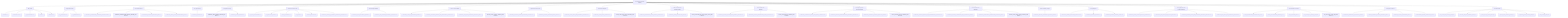
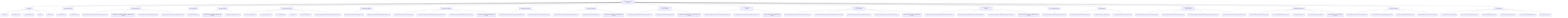
graph TD
    root["ToneSoul Documentation Authority"]
    root --> entrypoints["Entry Points"]
    entrypoints --> entrypoints_1["README.md"]
    entrypoints --> entrypoints_2["README.zh-TW.md"]
    entrypoints --> entrypoints_3["AI_ONBOARDING.md"]
    entrypoints --> entrypoints_4["INDEX.md"]
    entrypoints --> entrypoints_5["README.md"]
    root --> ai_operational_guides["AI Operational Guides"]
    ai_operational_guides --> ai_operational_guides_1["AI_QUICKSTART.md"]
    ai_operational_guides --> ai_operational_guides_2["AI_REFERENCE.md"]
    root --> canonical_architecture["Canonical Architecture"]
    canonical_architecture --> canonical_architecture_1["TONESOUL_EXTERNALIZED_COGNITIVE_ARCHITECTURE.md"]
    canonical_architecture --> canonical_architecture_2["TONESOUL_ARCHITECTURE_MEMORY_ANCHOR_2026-03-22.md"]
    canonical_architecture --> canonical_architecture_3["KNOWLEDGE_SURFACES_BOUNDARY_MAP.md"]
    canonical_architecture --> canonical_architecture_4["TONESOUL_EIGHT_LAYER_CONVERGENCE_MAP.md"]
    root --> deep_system_maps["Deep System Maps"]
    deep_system_maps --> deep_system_maps_1["TONESOUL_ANATOMY.md"]
    root --> interpretive_readings["Interpretive Readings"]
    interpretive_readings --> interpretive_readings_1["TONESOUL_DEEP_READING_ANCHOR_2026-03-26.md"]
    interpretive_readings --> interpretive_readings_2["TONESOUL_CODEX_READING.md"]
    root --> governance_execution["Governance And Execution"]
    governance_execution --> governance_execution_1["7D_AUDIT_FRAMEWORK.md"]
    governance_execution --> governance_execution_2["7D_EXECUTION_SPEC.md"]
    governance_execution --> governance_execution_3["AUDIT_CONTRACT.md"]
    governance_execution --> governance_execution_4["API_SPEC.md"]
    governance_execution --> governance_execution_5["COUNCIL_RUNTIME.md"]
    governance_execution --> governance_execution_6["TONESOUL_SHARED_R_MEMORY_OPERATIONS_CONTRACT.md"]
    root --> claim_authority_distillation["Claim Authority Distillation"]
    claim_authority_distillation --> claim_authority_distillation_1["TONESOUL_CLAIM_AUTHORITY_MATRIX.md"]
    claim_authority_distillation --> claim_authority_distillation_2["TONESOUL_LAW_RUNTIME_BOUNDARY_CONTRACT.md"]
    root --> evidence_topology_and_verifiability["Evidence And Verifiability"]
    evidence_topology_and_verifiability --> evidence_topology_and_verifiability_1["TONESOUL_CLAIM_TO_EVIDENCE_MATRIX.md"]
    evidence_topology_and_verifiability --> evidence_topology_and_verifiability_2["TONESOUL_EVIDENCE_LADDER_AND_VERIFIABILITY_CONTRACT.md"]
    evidence_topology_and_verifiability --> evidence_topology_and_verifiability_3["TONESOUL_TEST_AND_VALIDATION_TOPOLOGY_MAP.md"]
    evidence_topology_and_verifiability --> evidence_topology_and_verifiability_4["tonesoul_evidence_followup_candidates_2026-03-29.md"]
    root --> subject_refresh_boundaries["Subject Refresh Boundaries"]
    subject_refresh_boundaries --> subject_refresh_boundaries_1["TONESOUL_SUBJECT_REFRESH_BOUNDARY_CONTRACT.md"]
    subject_refresh_boundaries --> subject_refresh_boundaries_2["TONESOUL_SUBJECT_SNAPSHOT_FIELD_LANES.md"]
    root --> control_plane_discipline["Control Plane Discipline"]
    control_plane_discipline --> control_plane_discipline_1["TONESOUL_TASK_TRACK_AND_READINESS_CONTRACT.md"]
    control_plane_discipline --> control_plane_discipline_2["TONESOUL_PLAN_DELTA_CONTRACT.md"]
    control_plane_discipline --> control_plane_discipline_3["tonesoul_control_plane_followup_candidates_2026-03-28.md"]
    root --> observable_shell_and_axiom_boundaries["Observable-Shell And Axiom Boundaries"]
    observable_shell_and_axiom_boundaries --> observable_shell_and_axiom_boundaries_1["TONESOUL_OBSERVABLE_SHELL_OPACITY_CONTRACT.md"]
    observable_shell_and_axiom_boundaries --> observable_shell_and_axiom_boundaries_2["TONESOUL_AXIOM_FALSIFICATION_MAP.md"]
    observable_shell_and_axiom_boundaries --> observable_shell_and_axiom_boundaries_3["tonesoul_observability_and_axiom_adoption_review_2026-03-28.md"]
    root --> council_deliberation_discipline["Council Deliberation Discipline"]
    council_deliberation_discipline --> council_deliberation_discipline_1["TONESOUL_COUNCIL_DOSSIER_AND_DISSENT_CONTRACT.md"]
    council_deliberation_discipline --> council_deliberation_discipline_2["TONESOUL_ADAPTIVE_DELIBERATION_MODE_CONTRACT.md"]
    council_deliberation_discipline --> council_deliberation_discipline_3["tonesoul_council_followup_candidates_2026-03-28.md"]
    root --> continuity_import_and_receiver_discipline["Continuity Import And Receiver Discipline"]
    continuity_import_and_receiver_discipline --> continuity_import_and_receiver_discipline_1["TONESOUL_CONTINUITY_IMPORT_AND_DECAY_CONTRACT.md"]
    continuity_import_and_receiver_discipline --> continuity_import_and_receiver_discipline_2["TONESOUL_RECEIVER_INTERPRETATION_BOUNDARY_CONTRACT.md"]
    continuity_import_and_receiver_discipline --> continuity_import_and_receiver_discipline_3["TONESOUL_CONTINUITY_SURFACE_LIFECYCLE_MAP.md"]
-     continuity_import_and_receiver_discipline --> continuity_import_and_receiver_discipline_4["tonesoul_continuity_followup_candidates_2026-03-29.md"]
+     continuity_import_and_receiver_discipline --> continuity_import_and_receiver_discipline_4["TONESOUL_WORKING_STYLE_CONTINUITY_CONTRACT.md"]
+     continuity_import_and_receiver_discipline --> continuity_import_and_receiver_discipline_5["tonesoul_continuity_followup_candidates_2026-03-29.md"]
    root --> council_realism_and_calibration["Council Realism And Calibration"]
    council_realism_and_calibration --> council_realism_and_calibration_1["TONESOUL_COUNCIL_REALISM_AND_INDEPENDENCE_CONTRACT.md"]
    council_realism_and_calibration --> council_realism_and_calibration_2["TONESOUL_COUNCIL_CONFIDENCE_AND_CALIBRATION_MAP.md"]
    council_realism_and_calibration --> council_realism_and_calibration_3["TONESOUL_ADVERSARIAL_DELIBERATION_ADOPTION_MAP.md"]
    council_realism_and_calibration --> council_realism_and_calibration_4["tonesoul_council_realism_followup_candidates_2026-03-29.md"]
    root --> context_continuity_adoption["Context Continuity Adoption"]
    context_continuity_adoption --> context_continuity_adoption_1["TONESOUL_CONTEXT_CONTINUITY_ADOPTION_MAP.md"]
    root --> prompt_discipline_skeleton["Prompt Discipline"]
    prompt_discipline_skeleton --> prompt_discipline_skeleton_1["TONESOUL_PROMPT_DISCIPLINE_SKELETON.md"]
    prompt_discipline_skeleton --> prompt_discipline_skeleton_2["TONESOUL_PROMPT_VARIANTS.md"]
    prompt_discipline_skeleton --> prompt_discipline_skeleton_3["TONESOUL_PROMPT_STARTER_CARDS.md"]
    root --> reality_alignment_and_render_boundaries["Reality Alignment And Render Boundaries"]
    reality_alignment_and_render_boundaries --> reality_alignment_and_render_boundaries_1["TONESOUL_ENTRY_SURFACE_REALITY_BASELINE.md"]
    reality_alignment_and_render_boundaries --> reality_alignment_and_render_boundaries_2["TONESOUL_DOC_METRIC_AND_COUNT_METHOD.md"]
    reality_alignment_and_render_boundaries --> reality_alignment_and_render_boundaries_3["TONESOUL_RENDER_LAYER_AND_ENCODING_BOUNDARY_CONTRACT.md"]
    reality_alignment_and_render_boundaries --> reality_alignment_and_render_boundaries_4["TONESOUL_DOC_DRIFT_AND_CONFLICT_REGISTER.md"]
    root --> doc_governance["Documentation Governance"]
    doc_governance --> doc_governance_1["DOCS_INFORMATION_ARCHITECTURE_v1.md"]
    doc_governance --> doc_governance_2["DOCS_CLASSIFICATION_LEDGER_v1.md"]
    doc_governance --> doc_governance_3["FILE_PURPOSE_MAP.md"]
    doc_governance --> doc_governance_4["doc_convergence_inventory_latest.json"]
    doc_governance --> doc_governance_5["doc_convergence_cleanup_plan_2026-03-22.md"]
    root --> convergence_contracts["Convergence Contracts"]
    convergence_contracts --> convergence_contracts_1["BASENAME_DIVERGENCE_DISTILLATION_MAP.md"]
    convergence_contracts --> convergence_contracts_2["PRIVATE_MEMORY_SHADOW_BOUNDARY_MAP.md"]
    convergence_contracts --> convergence_contracts_3["PARADOX_FIXTURE_OWNERSHIP_MAP.md"]
    convergence_contracts --> convergence_contracts_4["ENGINEERING_MIRROR_OWNERSHIP_MAP.md"]
    root --> generated_status["Generated Status"]
    generated_status --> generated_status_1["doc_convergence_inventory_latest.json"]
    generated_status --> generated_status_2["basename_divergence_distillation_latest.json"]
    generated_status --> generated_status_3["private_memory_shadow_latest.json"]
    generated_status --> generated_status_4["paradox_fixture_ownership_latest.json"]
    generated_status --> generated_status_5["engineering_mirror_ownership_latest.json"]
    generated_status --> generated_status_6["claim_authority_latest.json"]
